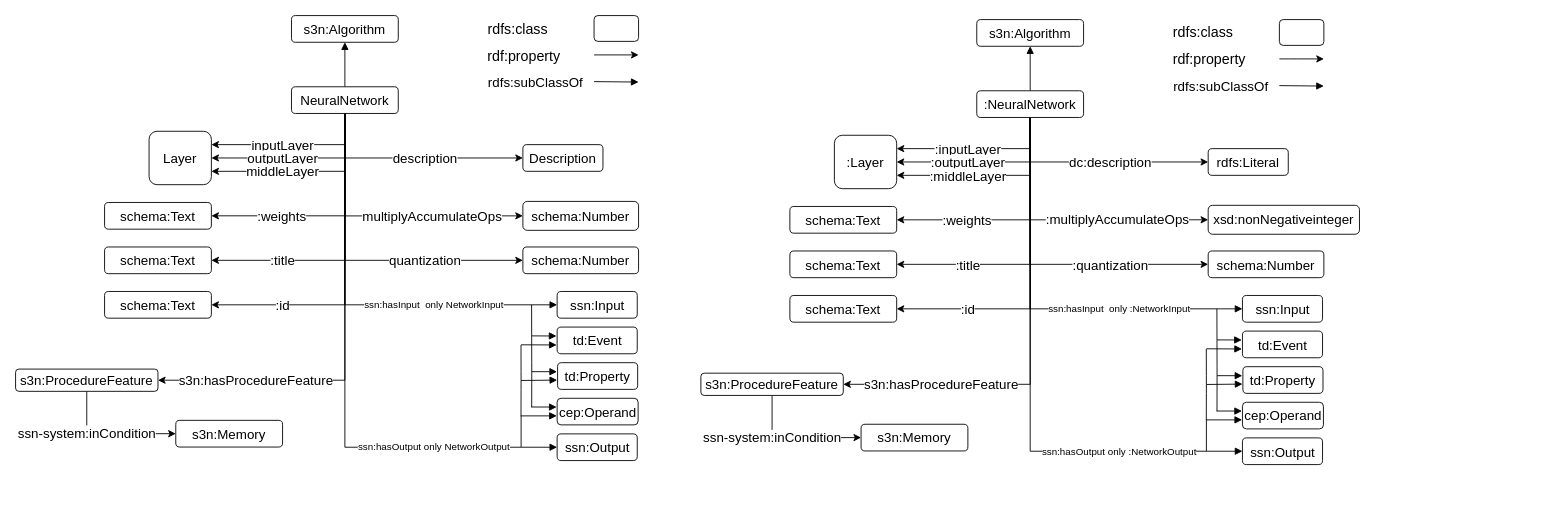
Haoyu-R/appendix keeps this draw.io diagram as Untitled Diagram 1.drawio. Above is the earlier version. Source tidied: cells renumbered, new cells numbered last; positions are measured from the earlier drawing's top-left corner, leaving out a move shared by most shapes. Both pictures are drawn from the tidied source at 89%, with x=0, y=0 at pixel (15, 15).
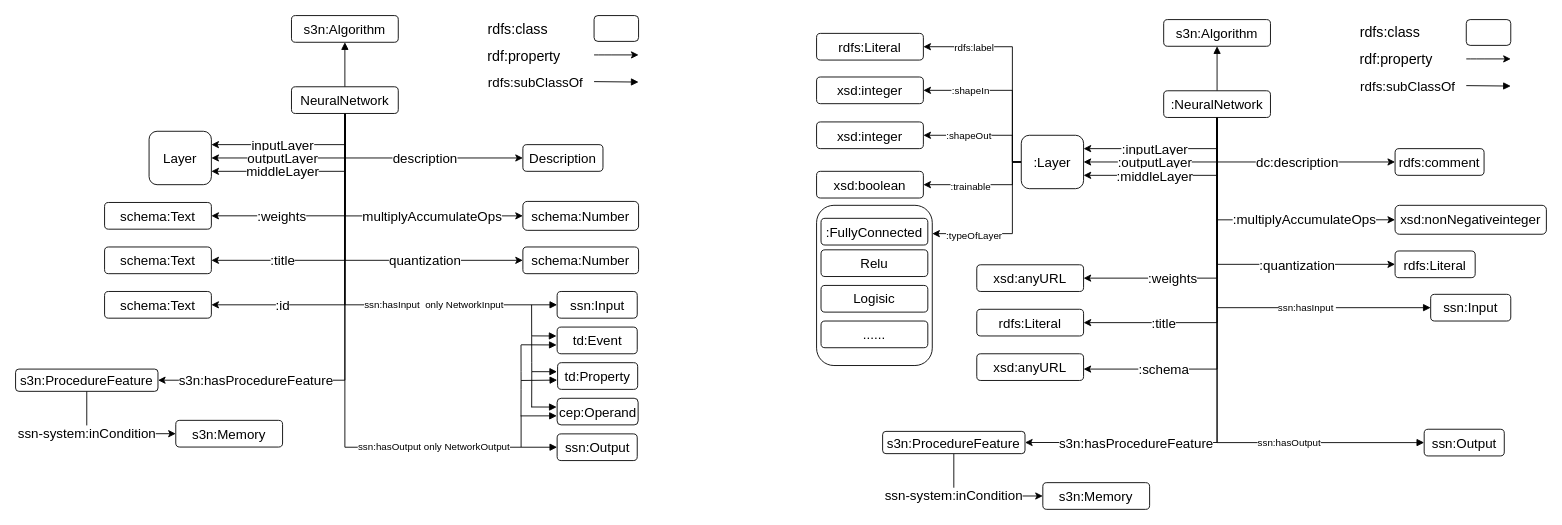
After the change.

Diff of the diagram source:
```diff
@@
     <mxCell id="51" value="s3n:Algorithm" style="rounded=1;whiteSpace=wrap;html=1;fontSize=15;" parent="1" vertex="1">
-      <mxGeometry x="1080" y="4.5" width="120" height="30" as="geometry" />
+      <mxGeometry x="1290" y="4.5" width="120" height="30" as="geometry" />
     </mxCell>
-    <mxCell id="52" value=":title" style="edgeStyle=orthogonalEdgeStyle;rounded=0;jettySize=auto;html=1;exitX=0.5;exitY=1;exitDx=0;exitDy=0;fontSize=15;" parent="1" edge="1" source="65">
-      <mxGeometry x="0.49" relative="1" as="geometry">
-        <mxPoint x="990" y="279.5" as="targetPoint" />
+    <mxCell id="52" value=":title" style="edgeStyle=orthogonalEdgeStyle;rounded=0;jettySize=auto;html=1;exitX=0.5;exitY=1;exitDx=0;exitDy=0;fontSize=15;entryX=1;entryY=0.5;entryDx=0;entryDy=0;" parent="1" edge="1" source="65" target="70">
+      <mxGeometry x="0.53" relative="1" as="geometry">
         <Array as="points">
-          <mxPoint x="1140" y="279.5" />
+          <mxPoint x="1350" y="345" />
         </Array>
       </mxGeometry>
     </mxCell>
-    <mxCell id="53" value=":id" style="edgeStyle=orthogonalEdgeStyle;rounded=0;jettySize=auto;html=1;exitX=0.5;exitY=1;exitDx=0;exitDy=0;entryX=1;entryY=0.5;entryDx=0;entryDy=0;fontSize=15;" parent="1" edge="1" source="65" target="71">
-      <mxGeometry x="0.56" relative="1" as="geometry" />
-    </mxCell>
@@
-    <mxCell id="63" value="ssn:hasInput&amp;nbsp; only :NetworkInput" style="edgeStyle=orthogonalEdgeStyle;rounded=0;jettySize=auto;html=1;exitX=0.5;exitY=1;exitDx=0;exitDy=0;entryX=0;entryY=0.5;entryDx=0;entryDy=0;endArrow=block;endFill=1;" parent="1" edge="1" source="65" target="88">
+    <mxCell id="63" value="ssn:hasInput&amp;nbsp; " style="edgeStyle=orthogonalEdgeStyle;rounded=0;jettySize=auto;html=1;exitX=0.5;exitY=1;exitDx=0;exitDy=0;entryX=0;entryY=0.5;entryDx=0;entryDy=0;endArrow=block;endFill=1;" parent="1" edge="1" source="65" target="88">
       <mxGeometry x="0.39" relative="1" as="geometry" />
     </mxCell>
-    <mxCell id="64" value="ssn:hasOutput only :NetworkOutput" style="edgeStyle=orthogonalEdgeStyle;rounded=0;jettySize=auto;html=1;exitX=0.5;exitY=1;exitDx=0;exitDy=0;entryX=0;entryY=0.5;entryDx=0;entryDy=0;endArrow=block;endFill=1;" parent="1" edge="1" source="65" target="89">
-      <mxGeometry x="0.55" relative="1" as="geometry" />
+    <mxCell id="64" value="ssn:hasOutput " style="edgeStyle=orthogonalEdgeStyle;rounded=0;jettySize=auto;html=1;exitX=0.5;exitY=1;exitDx=0;exitDy=0;entryX=0;entryY=0.5;entryDx=0;entryDy=0;endArrow=block;endFill=1;" parent="1" edge="1" source="65" target="89">
+      <mxGeometry x="0.49" relative="1" as="geometry" />
     </mxCell>
     <mxCell id="65" value=":NeuralNetwork" style="rounded=1;whiteSpace=wrap;html=1;fontSize=15;" parent="1" vertex="1">
-      <mxGeometry x="1080" y="84.5" width="120" height="30" as="geometry" />
+      <mxGeometry x="1290" y="84.5" width="120" height="30" as="geometry" />
     </mxCell>
-    <mxCell id="66" value="schema:Text" style="rounded=1;whiteSpace=wrap;html=1;fontSize=15;" parent="1" vertex="1">
-      <mxGeometry x="870" y="214.5" width="120" height="30" as="geometry" />
+    <mxCell id="66" value="xsd:anyURL" style="rounded=1;whiteSpace=wrap;html=1;fontSize=15;" parent="1" vertex="1">
+      <mxGeometry x="1080" y="280" width="120" height="30" as="geometry" />
     </mxCell>
+    <mxCell id="100" style="edgeStyle=orthogonalEdgeStyle;rounded=0;jettySize=auto;html=1;exitX=0;exitY=0.5;exitDx=0;exitDy=0;entryX=1;entryY=0.5;entryDx=0;entryDy=0;" parent="1" edge="1" source="67" target="110">
+      <mxGeometry relative="1" as="geometry">
+        <Array as="points">
+          <mxPoint x="1120" y="164" />
+          <mxPoint x="1120" y="84" />
+        </Array>
+      </mxGeometry>
+    </mxCell>
+    <mxCell id="101" value=":shapeIn" style="edgeLabel;html=1;align=center;verticalAlign=middle;" parent="100" vertex="1">
+      <mxGeometry x="0.41" relative="1" as="geometry">
+        <mxPoint x="-4" as="offset" />
+      </mxGeometry>
+    </mxCell>
+    <mxCell id="102" style="edgeStyle=orthogonalEdgeStyle;rounded=0;jettySize=auto;html=1;exitX=0;exitY=0.5;exitDx=0;exitDy=0;entryX=1;entryY=0.5;entryDx=0;entryDy=0;" parent="1" edge="1" source="67" target="111">
+      <mxGeometry x="0.54" relative="1" as="geometry">
+        <Array as="points">
+          <mxPoint x="1120" y="164" />
+          <mxPoint x="1120" y="134" />
+        </Array>
+      </mxGeometry>
+    </mxCell>
+    <mxCell id="103" value=":shapeOut" style="edgeLabel;html=1;align=center;verticalAlign=middle;" parent="102" vertex="1">
+      <mxGeometry x="0.29" relative="1" as="geometry" />
+    </mxCell>
+    <mxCell id="104" style="edgeStyle=orthogonalEdgeStyle;rounded=0;jettySize=auto;html=1;exitX=0;exitY=0.5;exitDx=0;exitDy=0;entryX=1;entryY=0.5;entryDx=0;entryDy=0;" parent="1" edge="1" source="67" target="112">
+      <mxGeometry relative="1" as="geometry">
+        <Array as="points">
+          <mxPoint x="1120" y="164" />
+          <mxPoint x="1120" y="190" />
+        </Array>
+      </mxGeometry>
+    </mxCell>
+    <mxCell id="105" value=":trainable" style="edgeLabel;html=1;align=center;verticalAlign=middle;" parent="104" vertex="1">
+      <mxGeometry x="0.23" y="1" relative="1" as="geometry" />
+    </mxCell>
+    <mxCell id="106" style="edgeStyle=orthogonalEdgeStyle;rounded=0;jettySize=auto;html=1;exitX=0;exitY=0.5;exitDx=0;exitDy=0;entryX=1;entryY=0.5;entryDx=0;entryDy=0;" parent="1" edge="1" source="67">
+      <mxGeometry relative="1" as="geometry">
+        <mxPoint x="1030" y="245" as="targetPoint" />
+        <Array as="points">
+          <mxPoint x="1120" y="164" />
+          <mxPoint x="1120" y="245" />
+        </Array>
+      </mxGeometry>
+    </mxCell>
+    <mxCell id="107" value=":typeOfLayer" style="edgeLabel;html=1;align=center;verticalAlign=middle;" parent="106" vertex="1">
+      <mxGeometry x="0.48" y="1" relative="1" as="geometry" />
+    </mxCell>
+    <mxCell id="108" style="edgeStyle=orthogonalEdgeStyle;rounded=0;jettySize=auto;html=1;exitX=0;exitY=0.5;exitDx=0;exitDy=0;entryX=1;entryY=0.5;entryDx=0;entryDy=0;" parent="1" edge="1" source="67" target="118">
+      <mxGeometry relative="1" as="geometry">
+        <Array as="points">
+          <mxPoint x="1120" y="164" />
+          <mxPoint x="1120" y="35" />
+        </Array>
+      </mxGeometry>
+    </mxCell>
+    <mxCell id="109" value="rdfs:label" style="edgeLabel;html=1;align=center;verticalAlign=middle;" parent="108" vertex="1">
+      <mxGeometry x="0.53" relative="1" as="geometry" />
+    </mxCell>
     <mxCell id="67" value=":Layer" style="rounded=1;whiteSpace=wrap;html=1;fontSize=15;" parent="1" vertex="1">
-      <mxGeometry x="920" y="134.5" width="70" height="60" as="geometry" />
+      <mxGeometry x="1130" y="134.5" width="70" height="60" as="geometry" />
     </mxCell>
     <mxCell id="68" value="xsd:nonNegativeinteger" style="rounded=1;whiteSpace=wrap;html=1;fontSize=15;" parent="1" vertex="1">
-      <mxGeometry x="1340" y="213.2" width="170" height="32.5" as="geometry" />
+      <mxGeometry x="1550" y="213.2" width="170" height="32.5" as="geometry" />
     </mxCell>
-    <mxCell id="69" value="schema:Number" style="rounded=1;whiteSpace=wrap;html=1;fontSize=15;" parent="1" vertex="1">
-      <mxGeometry x="1340" y="264.5" width="130" height="30" as="geometry" />
+    <mxCell id="69" value="rdfs:Literal" style="rounded=1;whiteSpace=wrap;html=1;fontSize=15;" parent="1" vertex="1">
+      <mxGeometry x="1550" y="264.5" width="90" height="30" as="geometry" />
     </mxCell>
-    <mxCell id="70" value="schema:Text" style="rounded=1;whiteSpace=wrap;html=1;fontSize=15;" parent="1" vertex="1">
-      <mxGeometry x="870" y="264.5" width="120" height="30" as="geometry" />
+    <mxCell id="70" value="rdfs:Literal" style="rounded=1;whiteSpace=wrap;html=1;fontSize=15;" parent="1" vertex="1">
+      <mxGeometry x="1080" y="330" width="120" height="30" as="geometry" />
     </mxCell>
-    <mxCell id="71" value="schema:Text" style="rounded=1;whiteSpace=wrap;html=1;fontSize=15;" parent="1" vertex="1">
-      <mxGeometry x="870" y="314.5" width="120" height="30" as="geometry" />
-    </mxCell>
-    <mxCell id="72" value="rdfs:Literal" style="rounded=1;whiteSpace=wrap;html=1;fontSize=15;" parent="1" vertex="1">
-      <mxGeometry x="1340" y="149.5" width="90" height="30" as="geometry" />
+    <mxCell id="72" value="rdfs:comment" style="rounded=1;whiteSpace=wrap;html=1;fontSize=15;" parent="1" vertex="1">
+      <mxGeometry x="1550" y="149.5" width="100" height="30" as="geometry" />
     </mxCell>
     <mxCell id="73" style="edgeStyle=orthogonalEdgeStyle;rounded=0;orthogonalLoop=1;jettySize=auto;html=1;exitX=0.5;exitY=1;exitDx=0;exitDy=0;fontSize=15;" parent="1" edge="1">
       <mxGeometry relative="1" as="geometry">
-        <mxPoint x="1475" y="479.5" as="sourcePoint" />
-        <mxPoint x="1475" y="479.5" as="targetPoint" />
+        <mxPoint x="1679.2" y="469.8" as="sourcePoint" />
+        <mxPoint x="1679.2" y="469.8" as="targetPoint" />
       </mxGeometry>
     </mxCell>
     <mxCell id="74" style="rounded=1;whiteSpace=wrap;html=1;fontSize=16;" parent="1" vertex="1">
-      <mxGeometry x="1420" y="4.5" width="50" height="29" as="geometry" />
+      <mxGeometry x="1630" y="4.5" width="50" height="29" as="geometry" />
     </mxCell>
     <mxCell id="75" value="rdfs:class" style="text;html=1;align=center;verticalAlign=middle;strokeColor=none;fontSize=16;" parent="1" vertex="1">
-      <mxGeometry x="1294" y="9" width="80" height="20" as="geometry" />
+      <mxGeometry x="1504" y="9" width="80" height="20" as="geometry" />
     </mxCell>
     <mxCell id="76" value="rdf:property" style="text;html=1;align=center;verticalAlign=middle;strokeColor=none;fontSize=16;" parent="1" vertex="1">
-      <mxGeometry x="1291" y="39" width="100" height="20" as="geometry" />
+      <mxGeometry x="1501" y="39" width="100" height="20" as="geometry" />
     </mxCell>
     <mxCell id="77" style="endArrow=classic;html=1;fontSize=16;" parent="1" edge="1">
       <mxGeometry relative="1" as="geometry">
-        <mxPoint x="1420" y="48.7" as="sourcePoint" />
-        <mxPoint x="1470" y="48.7" as="targetPoint" />
+        <mxPoint x="1630" y="48.7" as="sourcePoint" />
+        <mxPoint x="1680" y="48.7" as="targetPoint" />
         <Array as="points">
-          <mxPoint x="1430" y="48.7" />
+          <mxPoint x="1640" y="48.7" />
         </Array>
       </mxGeometry>
     </mxCell>
     <mxCell id="78" style="endArrow=block;html=1;fontSize=16;endFill=1;" parent="1" edge="1">
       <mxGeometry relative="1" as="geometry">
-        <mxPoint x="1420" y="78.7" as="sourcePoint" />
-        <mxPoint x="1470" y="79.2" as="targetPoint" />
+        <mxPoint x="1630" y="78.7" as="sourcePoint" />
+        <mxPoint x="1680" y="79.2" as="targetPoint" />
       </mxGeometry>
     </mxCell>
     <mxCell id="79" value="ssn-system:inCondition" style="edgeStyle=orthogonalEdgeStyle;rounded=0;jettySize=auto;html=1;exitX=0.5;exitY=1;exitDx=0;exitDy=0;entryX=0;entryY=0.5;entryDx=0;entryDy=0;fontSize=15;endArrow=classic;endFill=1;" parent="1" edge="1" source="80" target="81">
       <mxGeometry x="-0.36" relative="1" as="geometry">
         <Array as="points">
-          <mxPoint x="850" y="474.2" />
+          <mxPoint x="1054.2" y="539.8" />
         </Array>
       </mxGeometry>
     </mxCell>
     <mxCell id="80" value="s3n:ProcedureFeature" style="rounded=1;whiteSpace=wrap;html=1;fontSize=15;" parent="1" vertex="1">
-      <mxGeometry x="770" y="401.8" width="160" height="25" as="geometry" />
+      <mxGeometry x="974.2" y="467.2" width="160" height="25" as="geometry" />
     </mxCell>
     <mxCell id="81" value="s3n:Memory" style="rounded=1;whiteSpace=wrap;html=1;fontSize=15;" parent="1" vertex="1">
-      <mxGeometry x="950" y="459.2" width="120" height="30" as="geometry" />
+      <mxGeometry x="1154.2" y="524.8" width="120" height="30" as="geometry" />
     </mxCell>
     <mxCell id="82" value="rdfs:subClassOf" style="text;html=1;align=center;verticalAlign=middle;strokeColor=none;fontSize=15;" parent="1" vertex="1">
-      <mxGeometry x="1294" y="69" width="120" height="20" as="geometry" />
+      <mxGeometry x="1504" y="69" width="120" height="20" as="geometry" />
     </mxCell>
     <mxCell id="83" style="edgeStyle=orthogonalEdgeStyle;rounded=0;orthogonalLoop=1;jettySize=auto;html=1;exitX=0.5;exitY=1;exitDx=0;exitDy=0;" parent="1" edge="1">
       <mxGeometry relative="1" as="geometry">
-        <mxPoint x="1464" y="382" as="sourcePoint" />
-        <mxPoint x="1464" y="382" as="targetPoint" />
+        <mxPoint x="1674" y="382" as="sourcePoint" />
+        <mxPoint x="1674" y="382" as="targetPoint" />
       </mxGeometry>
     </mxCell>
-    <mxCell id="84" value="cep:Operand" style="rounded=1;whiteSpace=wrap;html=1;fontSize=15;" parent="1" vertex="1">
-      <mxGeometry x="1378.5" y="434.5" width="91" height="29.9" as="geometry" />
-    </mxCell>
-    <mxCell id="85" value="td:Event" style="rounded=1;whiteSpace=wrap;html=1;fontSize=15;" parent="1" vertex="1">
-      <mxGeometry x="1378.5" y="354.5" width="90" height="30" as="geometry" />
-    </mxCell>
-    <mxCell id="86" style="edgeStyle=orthogonalEdgeStyle;rounded=0;orthogonalLoop=1;jettySize=auto;html=1;exitX=0.5;exitY=1;exitDx=0;exitDy=0;fontSize=15;" parent="1" edge="1" source="85" target="85">
-      <mxGeometry relative="1" as="geometry" />
+    <mxCell id="86" style="edgeStyle=orthogonalEdgeStyle;rounded=0;orthogonalLoop=1;jettySize=auto;html=1;exitX=0.5;exitY=1;exitDx=0;exitDy=0;fontSize=15;" parent="1" edge="1">
+      <mxGeometry relative="1" as="geometry">
+        <mxPoint x="1627.7" y="450" as="sourcePoint" />
+        <mxPoint x="1627.7" y="450" as="targetPoint" />
+      </mxGeometry>
     </mxCell>
-    <mxCell id="87" value="td:Property" style="rounded=1;whiteSpace=wrap;html=1;fontSize=15;" parent="1" vertex="1">
-      <mxGeometry x="1379" y="394.5" width="90" height="30" as="geometry" />
-    </mxCell>
     <mxCell id="88" value="ssn:Input" style="rounded=1;whiteSpace=wrap;html=1;fontSize=15;" parent="1" vertex="1">
-      <mxGeometry x="1378.5" y="314.5" width="90" height="30" as="geometry" />
+      <mxGeometry x="1590" y="313.2" width="90" height="30" as="geometry" />
     </mxCell>
     <mxCell id="89" value="ssn:Output" style="rounded=1;whiteSpace=wrap;html=1;fontSize=15;" parent="1" vertex="1">
-      <mxGeometry x="1378.5" y="474.5" width="90" height="30" as="geometry" />
+      <mxGeometry x="1582.7" y="464.8" width="90" height="30" as="geometry" />
     </mxCell>
-    <mxCell id="90" style="endArrow=block;html=1;endFill=1;entryX=-0.007;entryY=0.338;entryDx=0;entryDy=0;entryPerimeter=0;" parent="1" edge="1" target="87">
-      <mxGeometry relative="1" as="geometry">
-        <mxPoint x="1350" y="404.6" as="sourcePoint" />
-      </mxGeometry>
-    </mxCell>
-    <mxCell id="91" style="endArrow=block;html=1;entryX=-0.008;entryY=0.334;entryDx=0;entryDy=0;endFill=1;entryPerimeter=0;" parent="1" edge="1" target="85">
-      <mxGeometry relative="1" as="geometry">
-        <mxPoint x="1350" y="364.4" as="sourcePoint" />
-      </mxGeometry>
-    </mxCell>
-    <mxCell id="92" style="endArrow=block;html=1;endFill=1;entryX=-0.006;entryY=0.33;entryDx=0;entryDy=0;entryPerimeter=0;" parent="1" edge="1" target="84">
-      <mxGeometry relative="1" as="geometry">
-        <mxPoint x="1349.5" y="444.3" as="sourcePoint" />
-      </mxGeometry>
-    </mxCell>
-    <mxCell id="93" style="endArrow=none;html=1;" parent="1" edge="1">
-      <mxGeometry relative="1" as="geometry">
-        <mxPoint x="1349.9" y="444.6" as="sourcePoint" />
-        <mxPoint x="1349.9" y="364.6" as="targetPoint" />
-        <Array as="points">
-          <mxPoint x="1350" y="404.5" />
-        </Array>
-      </mxGeometry>
-    </mxCell>
-    <mxCell id="94" style="endArrow=none;html=1;" parent="1" edge="1">
-      <mxGeometry relative="1" as="geometry">
-        <mxPoint x="1349.9" y="364.5" as="sourcePoint" />
-        <mxPoint x="1349.8" y="329.5" as="targetPoint" />
-      </mxGeometry>
-    </mxCell>
-    <mxCell id="95" style="endArrow=none;html=1;" parent="1" edge="1">
-      <mxGeometry relative="1" as="geometry">
-        <mxPoint x="1338" y="489.2" as="sourcePoint" />
-        <mxPoint x="1338" y="454.5" as="targetPoint" />
-      </mxGeometry>
-    </mxCell>
-    <mxCell id="96" style="endArrow=block;html=1;endFill=1;entryX=-0.005;entryY=0.653;entryDx=0;entryDy=0;entryPerimeter=0;" parent="1" edge="1" target="87">
-      <mxGeometry relative="1" as="geometry">
-        <mxPoint x="1338" y="414.5" as="sourcePoint" />
-      </mxGeometry>
-    </mxCell>
-    <mxCell id="97" style="endArrow=block;html=1;entryX=-0.006;entryY=0.67;entryDx=0;entryDy=0;endFill=1;entryPerimeter=0;" parent="1" edge="1" target="85">
-      <mxGeometry relative="1" as="geometry">
-        <mxPoint x="1338" y="374.4" as="sourcePoint" />
-      </mxGeometry>
-    </mxCell>
-    <mxCell id="98" style="endArrow=block;html=1;entryX=-0.004;entryY=0.661;entryDx=0;entryDy=0;endFill=1;entryPerimeter=0;" parent="1" edge="1" target="84">
-      <mxGeometry relative="1" as="geometry">
-        <mxPoint x="1337.5" y="454.3" as="sourcePoint" />
-      </mxGeometry>
-    </mxCell>
-    <mxCell id="99" style="endArrow=none;html=1;" parent="1" edge="1">
-      <mxGeometry relative="1" as="geometry">
-        <mxPoint x="1337.9" y="454.6" as="sourcePoint" />
-        <mxPoint x="1337.9" y="374.6" as="targetPoint" />
-        <Array as="points">
-          <mxPoint x="1338" y="414.5" />
-        </Array>
-      </mxGeometry>
-    </mxCell>
+    <mxCell id="110" value="xsd:integer" style="rounded=1;whiteSpace=wrap;html=1;fontSize=15;" parent="1" vertex="1">
+      <mxGeometry x="900" y="69" width="120" height="30" as="geometry" />
+    </mxCell>
+    <mxCell id="111" value="xsd:integer" style="rounded=1;whiteSpace=wrap;html=1;fontSize=15;" parent="1" vertex="1">
+      <mxGeometry x="900" y="119.5" width="120" height="30" as="geometry" />
+    </mxCell>
+    <mxCell id="112" value="xsd:boolean" style="rounded=1;whiteSpace=wrap;html=1;fontSize=15;" parent="1" vertex="1">
+      <mxGeometry x="900" y="175" width="120" height="30" as="geometry" />
+    </mxCell>
+    <mxCell id="113" style="rounded=1;whiteSpace=wrap;html=1;fontSize=15;" parent="1" vertex="1">
+      <mxGeometry x="900" y="213.2" width="130" height="180" as="geometry" />
+    </mxCell>
+    <mxCell id="114" value="&lt;div&gt;:FullyConnected&lt;/div&gt;" style="rounded=1;whiteSpace=wrap;html=1;fontSize=15;" parent="1" vertex="1">
+      <mxGeometry x="905" y="227.8" width="120" height="30" as="geometry" />
+    </mxCell>
+    <mxCell id="115" value="Relu" style="rounded=1;whiteSpace=wrap;html=1;fontSize=15;" parent="1" vertex="1">
+      <mxGeometry x="905" y="263.2" width="120" height="30" as="geometry" />
+    </mxCell>
+    <mxCell id="116" value="Logisic" style="rounded=1;whiteSpace=wrap;html=1;fontSize=15;" parent="1" vertex="1">
+      <mxGeometry x="905" y="303.2" width="120" height="30" as="geometry" />
+    </mxCell>
+    <mxCell id="117" value="......" style="rounded=1;whiteSpace=wrap;html=1;fontSize=15;" parent="1" vertex="1">
+      <mxGeometry x="905" y="343.2" width="120" height="30" as="geometry" />
+    </mxCell>
+    <mxCell id="118" value="rdfs:Literal" style="rounded=1;whiteSpace=wrap;html=1;fontSize=15;" parent="1" vertex="1">
+      <mxGeometry x="900" y="20" width="120" height="30" as="geometry" />
+    </mxCell>
+    <mxCell id="119" value="xsd:anyURL" style="rounded=1;whiteSpace=wrap;html=1;fontSize=15;" parent="1" vertex="1">
+      <mxGeometry x="1080" y="380" width="120" height="30" as="geometry" />
+    </mxCell>
+    <mxCell id="120" value=":schema" style="edgeStyle=orthogonalEdgeStyle;rounded=0;orthogonalLoop=1;jettySize=auto;html=1;exitX=0.5;exitY=1;exitDx=0;exitDy=0;fontSize=15;entryX=1;entryY=0.5;entryDx=0;entryDy=0;" parent="1" edge="1">
+      <mxGeometry x="0.53" relative="1" as="geometry">
+        <mxPoint x="1350" y="166.7" as="sourcePoint" />
+        <mxPoint x="1200" y="397.2" as="targetPoint" />
+        <Array as="points">
+          <mxPoint x="1350" y="397.2" />
+        </Array>
+      </mxGeometry>
+    </mxCell>
```
